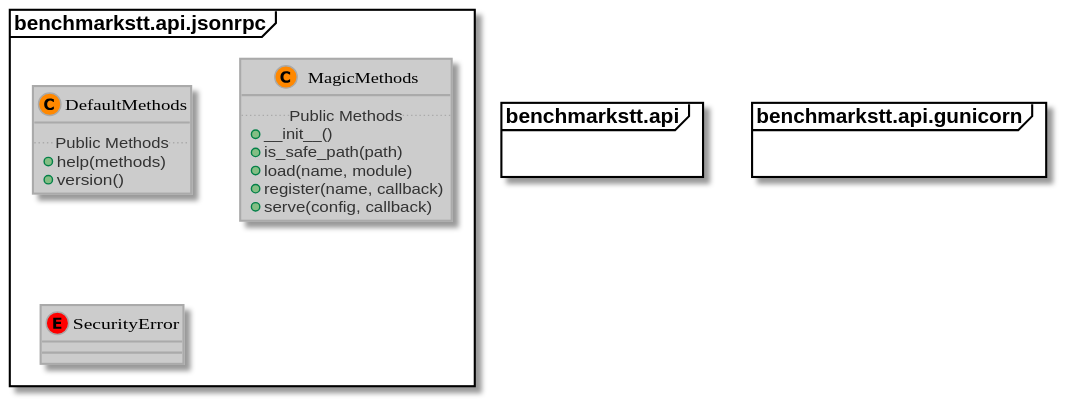
Before: docs/_static/uml/benchmarkstt.api.svg, a diagram exported from PlantUML (ebu/benchmarkstt).
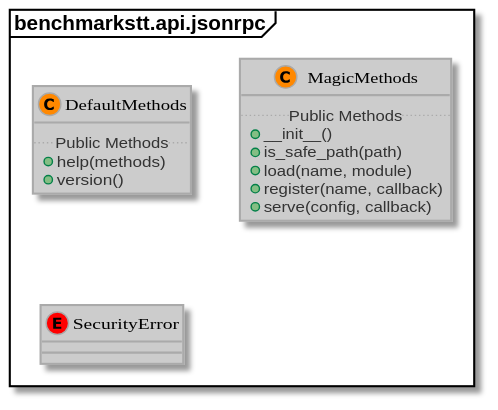
After the commit.

The edit, as a diff of the source:
```diff
@@ -3,12 +3,6 @@
 skinparam packageStyle Frame
 !define LIGHTORANGE
 !includeurl https://raw.githubusercontent.com/Drakemor/RedDress-PlantUML/master/style.puml
-package benchmarkstt.api [[https://benchmarkstt.readthedocs.io/en/latest/modules/benchmarkstt.api.html#]] {
-}
-
-package benchmarkstt.api [[https://benchmarkstt.readthedocs.io/en/latest/modules/benchmarkstt.api.html#]] {
-}
-
 package benchmarkstt.api.jsonrpc [[https://benchmarkstt.readthedocs.io/en/latest/modules/benchmarkstt.api.jsonrpc.html#]] {
 
 	class benchmarkstt.api.jsonrpc.DefaultMethods  [[https://benchmarkstt.readthedocs.io/en/latest/modules/benchmarkstt.api.jsonrpc.html#benchmarkstt.api.jsonrpc.DefaultMethods]] {
@@ -30,9 +24,6 @@
 	}
 }
 
-package benchmarkstt.api.gunicorn [[https://benchmarkstt.readthedocs.io/en/latest/modules/benchmarkstt.api.gunicorn.html#]] {
-}
-
 
 
 
```
